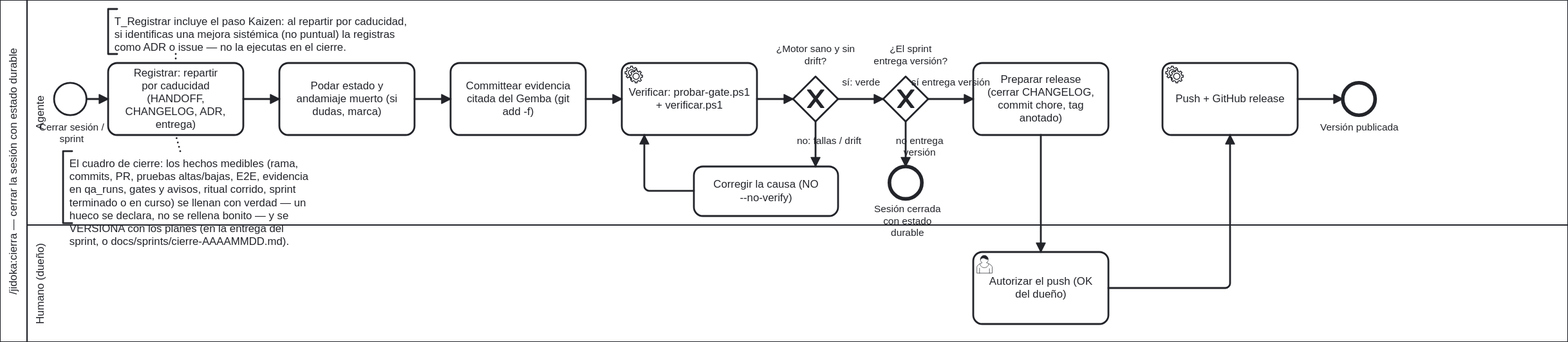
The BPMN diagram docs/atlas/render/16-cierra-as-is.svg in ArmandoMedina/jidoka, before a commit. Its source is kept beside it as docs/atlas/10-ritual/16-cierra-as-is.bpmn. Ids are renumbered.
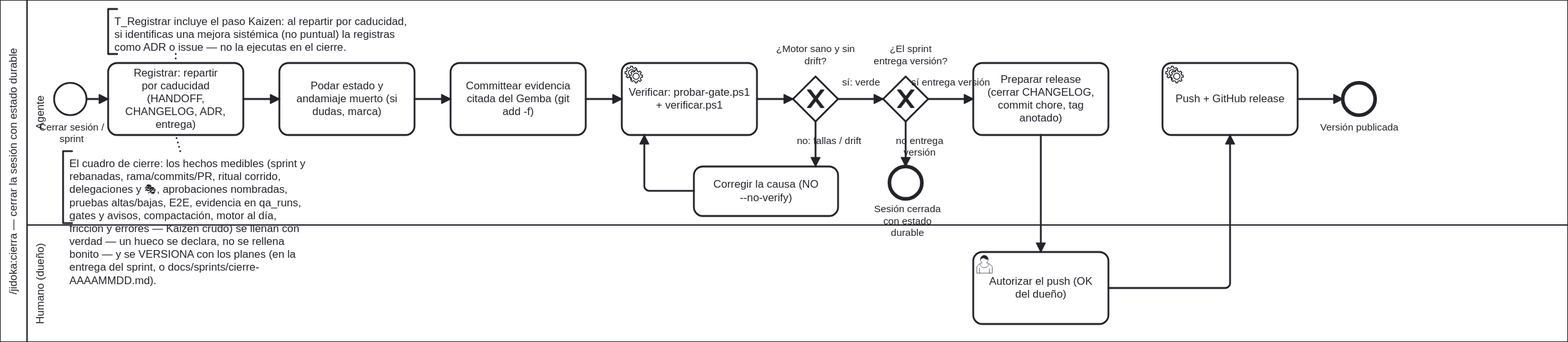
Above is the later version.

Commit message:
feat(cierra): el cuadro de cierre crece con la segunda ronda del cliente

What changed in the source:
```diff
@@ -93,7 +93,7 @@
     </bpmn:textAnnotation>
     <bpmn:association id="Assoc_Kaizen" sourceRef="Ann_Kaizen" targetRef="T_Registrar"/>
     <bpmn:textAnnotation id="Ann_Cuadro">
-      <bpmn:text>El cuadro de cierre: los hechos medibles (rama, commits, PR, pruebas altas/bajas, E2E, evidencia en qa_runs, gates y avisos, ritual corrido, sprint terminado o en curso) se llenan con verdad — un hueco se declara, no se rellena bonito — y se VERSIONA con los planes (en la entrega del sprint, o docs/sprints/cierre-AAAAMMDD.md).</bpmn:text>
+      <bpmn:text>El cuadro de cierre: los hechos medibles (sprint y rebanadas, rama/commits/PR, ritual corrido, delegaciones y 🎭, aprobaciones nombradas, pruebas altas/bajas, E2E, evidencia en qa_runs, gates y avisos, compactación, motor al día, fricción y errores — Kaizen crudo) se llenan con verdad — un hueco se declara, no se rellena bonito — y se VERSIONA con los planes (en la entrega del sprint, o docs/sprints/cierre-AAAAMMDD.md).</bpmn:text>
     </bpmn:textAnnotation>
     <bpmn:association id="Assoc_Cuadro" sourceRef="Ann_Cuadro" targetRef="T_Registrar"/>
   </bpmn:process>
```
